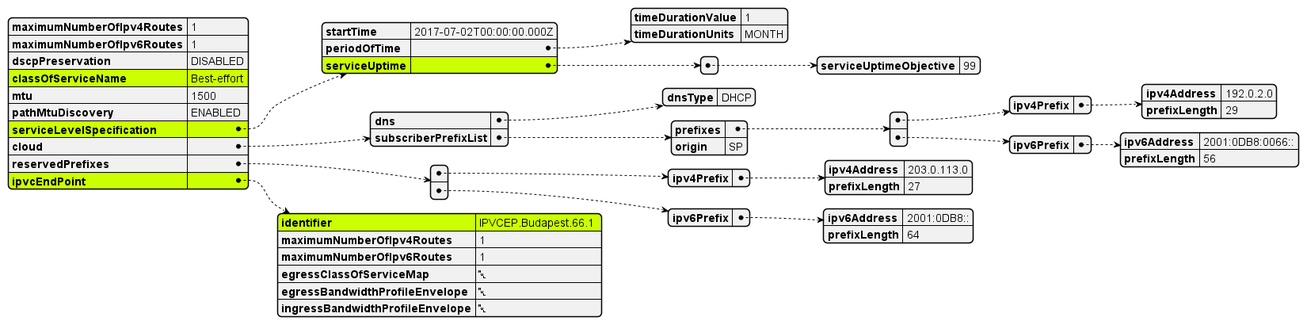
Above: documentation/productSchema/ip/internetAccess/MEF 139 resources/media/useCases/uc2IPVC.png in MEF-GIT/MEF-LSO-Sonata-SDK (PlantUML), before the change.
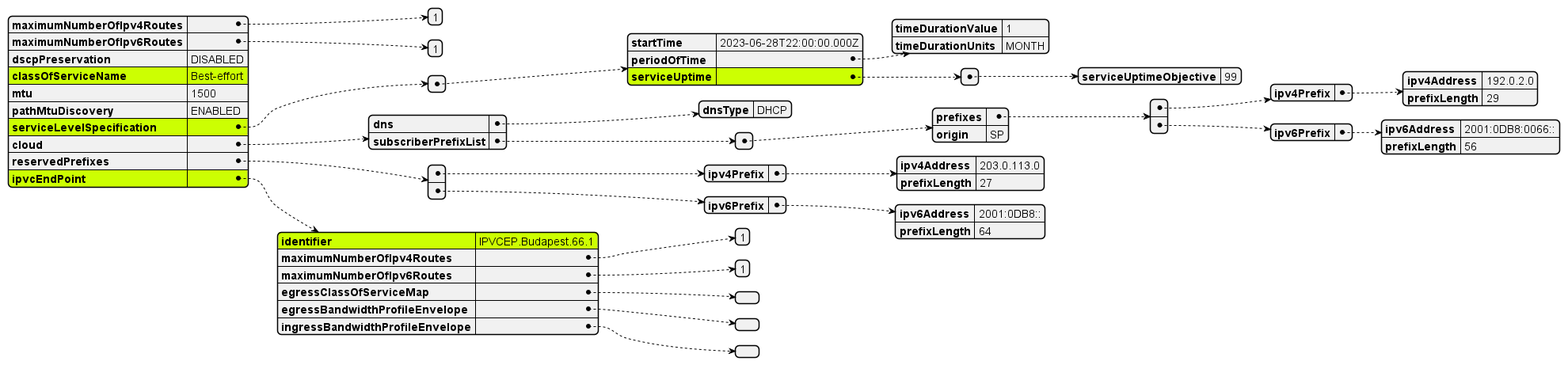
Above is the later version.

Change to the diagram source:
```diff
@@ -1,50 +1,54 @@
 @startjson
 #highlight "classOfServiceName"
 #highlight "serviceLevelSpecification"
-#highlight "serviceLevelSpecification" / "serviceUptime"
+#highlight "serviceLevelSpecification" /  "0" / "serviceUptime"
 #highlight "ipvcEndPoint"
 #highlight "ipvcEndPoint" / "identifier"
 
 {
-  "maximumNumberOfIpv4Routes": 1,
-  "maximumNumberOfIpv6Routes": 1,
+  "maximumNumberOfIpv4Routes": [1],
+  "maximumNumberOfIpv6Routes": [1],
   "dscpPreservation": "DISABLED",
   "classOfServiceName": "Best-effort",
   "mtu": 1500,
   "pathMtuDiscovery": "ENABLED",
-  "serviceLevelSpecification": {
-    "startTime": "2017-07-02T00:00:00.000Z",
-    "periodOfTime": {
-      "timeDurationValue": 1,
-      "timeDurationUnits": "MONTH"
-    },
-    "serviceUptime": [
-      {
-        "serviceUptimeObjective": 99
-      }
-    ]
-  },
+  "serviceLevelSpecification": [
+    {
+      "startTime": "2023-06-28T22:00:00.000Z",
+      "periodOfTime": {
+        "timeDurationValue": 1,
+        "timeDurationUnits": "MONTH"
+      },
+      "serviceUptime": [
+        {
+          "serviceUptimeObjective": 99
+        }
+      ]
+    }
+  ],
   "cloud": {
     "dns": {
       "dnsType": "DHCP"
     },
-    "subscriberPrefixList": {
-      "prefixes": [
-        {
-          "ipv4Prefix": {
-            "ipv4Address": "192.0.2.0",
-            "prefixLength": 29
+    "subscriberPrefixList": [
+      {
+        "prefixes": [
+          {
+            "ipv4Prefix": {
+              "ipv4Address": "192.0.2.0",
+              "prefixLength": 29
+            }
+          },
+          {
+            "ipv6Prefix": {
+              "ipv6Address": "2001:0DB8:0066::",
+              "prefixLength": 56
+            }
           }
-        },
-        {
-          "ipv6Prefix": {
-            "ipv6Address": "2001:0DB8:0066::",
-            "prefixLength": 56
-          }
-        }
-      ],
-      "origin": "SP"
-    }
+        ],
+        "origin": "SP"
+      }
+    ]
   },
   "reservedPrefixes": [
     {
@@ -61,12 +65,12 @@
     }
   ],
   "ipvcEndPoint": {
-    "identifier": "IPVCEP.Budapest.66.1 ",
-    "maximumNumberOfIpv4Routes": 1,
-    "maximumNumberOfIpv6Routes": 1,
-    "egressClassOfServiceMap": null,
-    "egressBandwidthProfileEnvelope": null,
-    "ingressBandwidthProfileEnvelope": null
+    "identifier": "IPVCEP.Budapest.66.1",
+    "maximumNumberOfIpv4Routes": [1],
+    "maximumNumberOfIpv6Routes": [1],
+    "egressClassOfServiceMap": [],
+    "egressBandwidthProfileEnvelope": [],
+    "ingressBandwidthProfileEnvelope": []
   }
 }
 @endjson
```
